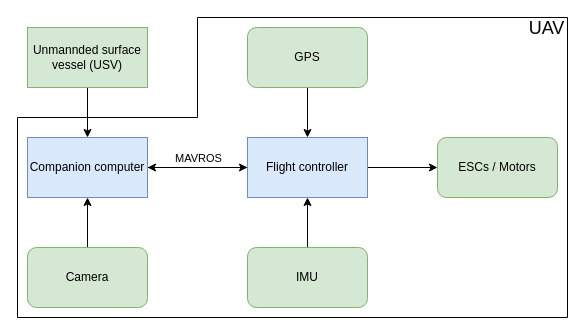
Earlier version of the draw.io diagram Documentation/communications.drawio (ikay13/UAV_Precision_landing). Source tidied: cells renumbered, new cells numbered last; positions are measured from the earlier drawing's top-left corner, leaving out a move shared by most shapes. Both pictures are drawn from the tidied source at 100%, with x=0, y=0 at pixel (17, 17).
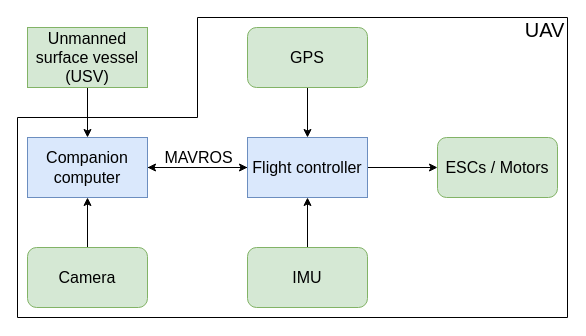
The same page after the edit.

The change refers to these unchanged cells:
```xml
<mxCell id="4" style="edgeStyle=orthogonalEdgeStyle;rounded=0;jettySize=auto;html=1;" parent="1" edge="1" source="7" target="3">
  <mxGeometry relative="1" as="geometry" />
</mxCell>
<mxCell id="17" style="endArrow=none;html=1;rounded=0;" parent="1" edge="1">
  <mxGeometry relative="1" as="geometry">
    <mxPoint x="550" y="300" as="sourcePoint" />
    <mxPoint x="550" y="300" as="targetPoint" />
    <Array as="points">
      <mxPoint y="300" />
      <mxPoint y="100" />
      <mxPoint x="180" y="100" />
      <mxPoint x="180" />
      <mxPoint x="550" />
    </Array>
  </mxGeometry>
</mxCell>
```

The edit, as a diff of the source:
```diff
@@
-    <mxCell id="3" value="Companion computer" style="rounded=0;whiteSpace=wrap;html=1;fillColor=#dae8fc;strokeColor=#6c8ebf;" parent="1" vertex="1">
+    <mxCell id="3" value="&lt;font style=&quot;font-size: 16px;&quot;&gt;Companion computer&lt;/font&gt;" style="rounded=0;whiteSpace=wrap;html=1;fillColor=#dae8fc;strokeColor=#6c8ebf;" parent="1" vertex="1">
       <mxGeometry x="10" y="120" width="120" height="60" as="geometry" />
     </mxCell>
@@
-    <mxCell id="5" value="MAVROS" style="edgeLabel;html=1;align=center;verticalAlign=middle;" parent="4" vertex="1">
+    <mxCell id="5" value="&lt;font style=&quot;font-size: 16px;&quot;&gt;MAVROS&lt;/font&gt;" style="edgeLabel;html=1;align=center;verticalAlign=middle;" parent="4" vertex="1">
       <mxGeometry x="0.36" y="1" relative="1" as="geometry">
-        <mxPoint x="18" y="-11" as="offset" />
+        <mxPoint x="18" y="-12" as="offset" />
       </mxGeometry>
     </mxCell>
@@
-    <mxCell id="7" value="Flight controller" style="rounded=0;whiteSpace=wrap;html=1;fillColor=#dae8fc;strokeColor=#6c8ebf;" parent="1" vertex="1">
+    <mxCell id="7" value="&lt;font style=&quot;font-size: 16px;&quot;&gt;Flight controller&lt;/font&gt;" style="rounded=0;whiteSpace=wrap;html=1;fillColor=#dae8fc;strokeColor=#6c8ebf;" parent="1" vertex="1">
       <mxGeometry x="230" y="120" width="120" height="60" as="geometry" />
     </mxCell>
@@
-    <mxCell id="9" value="Unmannded surface vessel (USV)" style="rounded=0;whiteSpace=wrap;html=1;fillColor=#d5e8d4;strokeColor=#82b366;" parent="1" vertex="1">
+    <mxCell id="9" value="&lt;font style=&quot;font-size: 16px;&quot;&gt;Unmanned surface vessel (USV)&lt;/font&gt;" style="rounded=0;whiteSpace=wrap;html=1;fillColor=#d5e8d4;strokeColor=#82b366;" parent="1" vertex="1">
       <mxGeometry x="10" y="10" width="120" height="60" as="geometry" />
     </mxCell>
@@
-    <mxCell id="11" value="Camera" style="rounded=1;whiteSpace=wrap;html=1;fillColor=#d5e8d4;strokeColor=#82b366;" parent="1" vertex="1">
+    <mxCell id="11" value="&lt;font style=&quot;font-size: 16px;&quot;&gt;Camera&lt;/font&gt;" style="rounded=1;whiteSpace=wrap;html=1;fillColor=#d5e8d4;strokeColor=#82b366;" parent="1" vertex="1">
       <mxGeometry x="10" y="230" width="120" height="60" as="geometry" />
     </mxCell>
@@
-    <mxCell id="13" value="IMU" style="rounded=1;whiteSpace=wrap;html=1;fillColor=#d5e8d4;strokeColor=#82b366;" parent="1" vertex="1">
+    <mxCell id="13" value="&lt;font style=&quot;font-size: 16px;&quot;&gt;IMU&lt;/font&gt;" style="rounded=1;whiteSpace=wrap;html=1;fillColor=#d5e8d4;strokeColor=#82b366;" parent="1" vertex="1">
       <mxGeometry x="230" y="230" width="120" height="60" as="geometry" />
     </mxCell>
@@
-    <mxCell id="15" value="GPS" style="rounded=1;whiteSpace=wrap;html=1;fillColor=#d5e8d4;strokeColor=#82b366;" parent="1" vertex="1">
+    <mxCell id="15" value="&lt;font style=&quot;font-size: 16px;&quot;&gt;GPS&lt;/font&gt;" style="rounded=1;whiteSpace=wrap;html=1;fillColor=#d5e8d4;strokeColor=#82b366;" parent="1" vertex="1">
       <mxGeometry x="230" y="10" width="120" height="60" as="geometry" />
     </mxCell>
-    <mxCell id="16" value="ESCs / Motors" style="rounded=1;whiteSpace=wrap;html=1;fillColor=#d5e8d4;strokeColor=#82b366;" parent="1" vertex="1">
+    <mxCell id="16" value="&lt;font style=&quot;font-size: 16px;&quot;&gt;ESCs / Motors&lt;/font&gt;" style="rounded=1;whiteSpace=wrap;html=1;fillColor=#d5e8d4;strokeColor=#82b366;" parent="1" vertex="1">
       <mxGeometry x="420" y="120" width="120" height="60" as="geometry" />
     </mxCell>
@@
-    <mxCell id="18" value="UAV" style="edgeLabel;html=1;align=center;verticalAlign=middle;fontSize=18;" parent="17" vertex="1">
+    <mxCell id="18" value="&lt;font style=&quot;font-size: 20px;&quot;&gt;UAV&lt;/font&gt;" style="edgeLabel;html=1;align=center;verticalAlign=middle;fontSize=18;" parent="17" vertex="1">
       <mxGeometry x="0.5" y="-1" relative="1" as="geometry">
-        <mxPoint x="103" y="9" as="offset" />
+        <mxPoint x="101" y="11" as="offset" />
       </mxGeometry>
     </mxCell>
```
